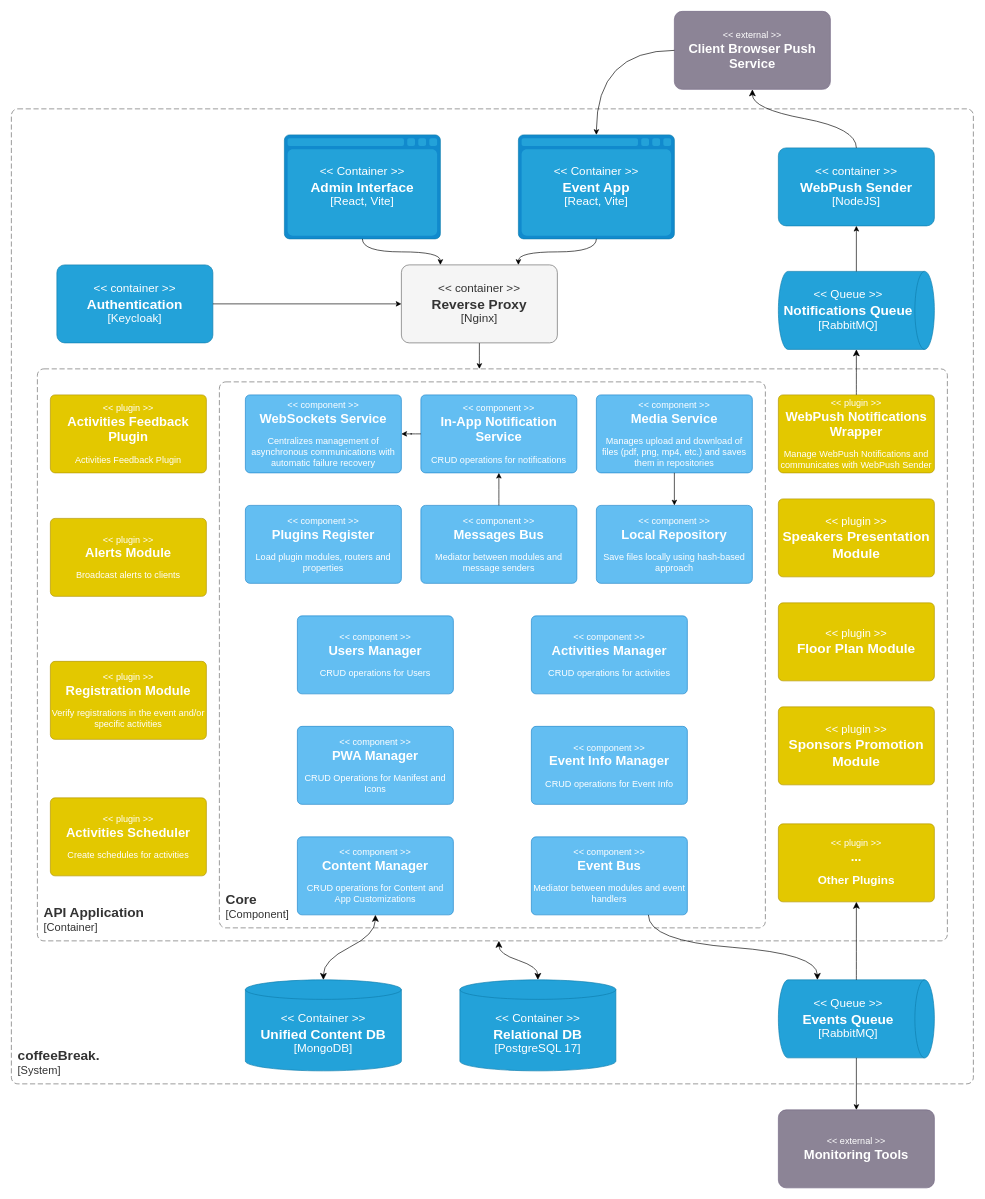
PI-coffeeBreak/diagrams keeps this draw.io diagram as page "Report diagram" (20 of 24) of coffeeBreak.drawio. Above is the earlier version. Source tidied: cells renumbered, new cells numbered last; positions are measured from the earlier drawing's top-left corner, leaving out a move shared by most shapes. Both pictures are drawn from the tidied source at 65%, with x=0, y=0 at pixel (11, 11).
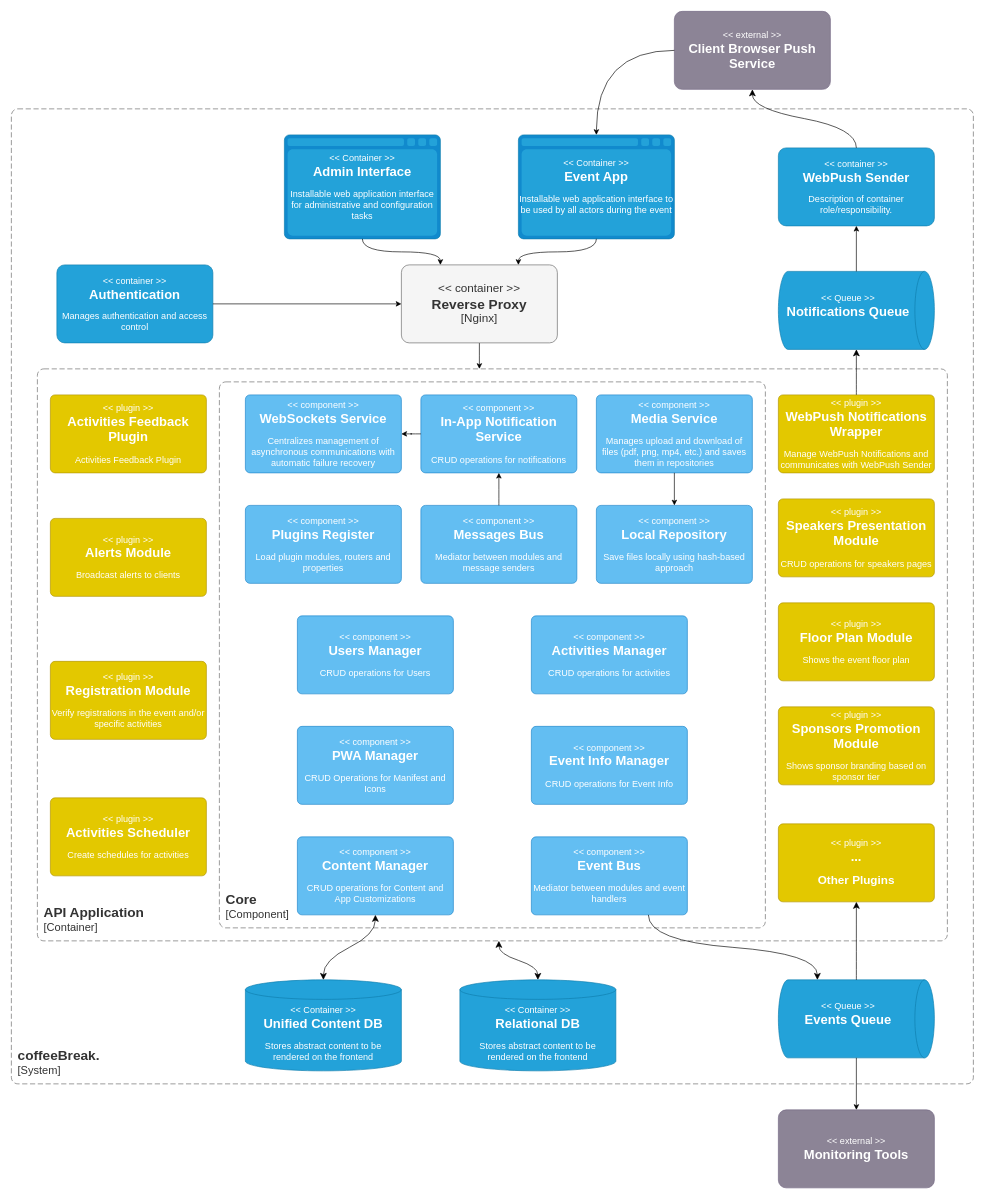
The same diagram, later.

What changed in the source:
```diff
@@
-    <object id="13" label="&lt;font style=&quot;font-size: 17px&quot;&gt;&lt;div&gt;&amp;lt;&amp;lt; %c4Type% &amp;gt;&amp;gt;&lt;/div&gt;&lt;/font&gt;&lt;font style=&quot;font-size: 21px&quot;&gt;&lt;b&gt;%c4Name%&lt;/b&gt;&lt;/font&gt;" c4Name="Speakers Presentation Module" c4Type="plugin" placeholders="1">
+    <object id="13" label="&lt;font style=&quot;font-size: 14px&quot;&gt;&lt;div&gt;&lt;&lt; %c4Type% &gt;&gt;&lt;/div&gt;&lt;/font&gt;&lt;font style=&quot;font-size: 20px&quot;&gt;&lt;/div&gt;&lt;b&gt;%c4Name%&lt;/b&gt;&lt;/font&gt;&lt;br&gt;&lt;br&gt;&lt;div&gt;&lt;font style=&quot;font-size: 14px&quot;&gt;%c4Description%&lt;/font&gt;&lt;/div&gt;" c4Description="CRUD operations for speakers pages" c4Name="Speakers Presentation Module" c4Type="plugin" placeholders="1">
       <mxCell style="rounded=1;whiteSpace=wrap;html=1;labelBackgroundColor=none;fillColor=#e3c800;fontColor=#FFFFFF;align=center;arcSize=6;strokeColor=#B09500;" parent="1" vertex="1">
         <mxGeometry x="1180" y="750" width="240" height="120" as="geometry" />
       </mxCell>
     </object>
-    <object id="14" label="&lt;font style=&quot;font-size: 17px&quot;&gt;&lt;div&gt;&amp;lt;&amp;lt; %c4Type% &amp;gt;&amp;gt;&lt;/div&gt;&lt;/font&gt;&lt;font style=&quot;font-size: 21px&quot;&gt;&lt;b&gt;%c4Name%&lt;/b&gt;&lt;/font&gt;" c4Name="Floor Plan Module" c4Type="plugin" placeholders="1">
+    <object id="14" label="&lt;font style=&quot;font-size: 14px&quot;&gt;&lt;div&gt;&lt;&lt; %c4Type% &gt;&gt;&lt;/div&gt;&lt;/font&gt;&lt;font style=&quot;font-size: 20px&quot;&gt;&lt;/div&gt;&lt;b&gt;%c4Name%&lt;/b&gt;&lt;/font&gt;&lt;br&gt;&lt;br&gt;&lt;div&gt;&lt;font style=&quot;font-size: 14px&quot;&gt;%c4Description%&lt;/font&gt;&lt;/div&gt;" c4Description="Shows the event floor plan" c4Name="Floor Plan Module" c4Type="plugin" placeholders="1">
       <mxCell style="rounded=1;whiteSpace=wrap;html=1;labelBackgroundColor=none;fillColor=#e3c800;fontColor=#FFFFFF;align=center;arcSize=6;strokeColor=#B09500;" parent="1" vertex="1">
         <mxGeometry x="1180" y="910" width="240" height="120" as="geometry" />
       </mxCell>
     </object>
@@
-    <object id="16" label="&lt;font style=&quot;font-size: 18px&quot;&gt;&lt;div&gt;&lt;&lt; %c4Type% &gt;&gt;&lt;/div&gt;&lt;/font&gt;&lt;font style=&quot;font-size: 21px&quot;&gt;&lt;/div&gt;&lt;b&gt;%c4Name%&lt;/b&gt;&lt;/font&gt;&#10;&lt;font style=&quot;font-size: 18px&quot;&gt;&lt;div&gt;[%c4Technology%]&lt;/div&gt;&lt;/font&gt;" c4Name="Notifications Queue" c4Technology="RabbitMQ" c4Type="Queue" placeholders="1">
+    <object id="16" label="&lt;font style=&quot;font-size: 14px&quot;&gt;&lt;div&gt;&lt;&lt; %c4Type% &gt;&gt;&lt;/div&gt;&lt;/font&gt;&lt;font style=&quot;font-size: 20px&quot;&gt;&lt;/div&gt;&lt;b&gt;%c4Name%&lt;/b&gt;&lt;/font&gt;&lt;br&gt;&lt;br&gt;&lt;div&gt;&lt;font style=&quot;font-size: 14px&quot;&gt;%c4Description%&lt;/font&gt;&lt;/div&gt;" c4Description="" c4Name="Notifications Queue" c4Type="Queue" placeholders="1">
       <mxCell style="shape=cylinder3;size=15;direction=south;whiteSpace=wrap;html=1;boundedLbl=1;rounded=0;labelBackgroundColor=none;fillColor=#23A2D9;fontSize=12;fontColor=#ffffff;align=center;strokeColor=#0E7DAD;points=[[0.5,0,0],[1,0.25,0],[1,0.5,0],[1,0.75,0],[0.5,1,0],[0,0.75,0],[0,0.5,0],[0,0.25,0]];" parent="1" vertex="1">
         <mxGeometry x="1180" y="400" width="240" height="120" as="geometry" />
       </mxCell>
     </object>
-    <object id="17" label="&lt;font style=&quot;font-size: 18px&quot;&gt;&lt;div&gt;&lt;&lt; %c4Type% &gt;&gt;&lt;/div&gt;&lt;/font&gt;&lt;font style=&quot;font-size: 21px&quot;&gt;&lt;/div&gt;&lt;b&gt;%c4Name%&lt;/b&gt;&lt;/font&gt;&#10;&lt;font style=&quot;font-size: 18px&quot;&gt;&lt;div&gt;[%c4Technology%]&lt;/div&gt;&lt;/font&gt;" c4Name="WebPush Sender" c4Technology="NodeJS" c4Type="container" placeholders="1">
+    <object id="17" label="&lt;font style=&quot;font-size: 14px&quot;&gt;&lt;div&gt;&lt;&lt; %c4Type% &gt;&gt;&lt;/div&gt;&lt;/font&gt;&lt;font style=&quot;font-size: 20px&quot;&gt;&lt;/div&gt;&lt;b&gt;%c4Name%&lt;/b&gt;&lt;/font&gt;&lt;br&gt;&lt;br&gt;&lt;div&gt;&lt;font style=&quot;font-size: 14px&quot;&gt;%c4Description%&lt;/font&gt;&lt;/div&gt;" c4Description="Description of container role/responsibility." c4Name="WebPush Sender" c4Type="container" placeholders="1">
       <mxCell style="rounded=1;whiteSpace=wrap;html=1;fontSize=11;labelBackgroundColor=none;fillColor=#23A2D9;fontColor=#ffffff;align=center;arcSize=10;strokeColor=#0E7DAD;points=[[0.25,0,0],[0.5,0,0],[0.75,0,0],[1,0.25,0],[1,0.5,0],[1,0.75,0],[0.75,1,0],[0.5,1,0],[0.25,1,0],[0,0.75,0],[0,0.5,0],[0,0.25,0]];" parent="1" vertex="1">
         <mxGeometry x="1180" y="210" width="240" height="120" as="geometry" />
       </mxCell>
     </object>
@@
-    <object id="22" label="&lt;font style=&quot;font-size: 17px&quot;&gt;&lt;div&gt;&amp;lt;&amp;lt; %c4Type% &amp;gt;&amp;gt;&lt;/div&gt;&lt;/font&gt;&lt;font style=&quot;font-size: 21px&quot;&gt;&lt;b&gt;%c4Name%&lt;/b&gt;&lt;/font&gt;" c4Name="Sponsors Promotion Module" c4Type="plugin" placeholders="1">
+    <object id="22" label="&lt;font style=&quot;font-size: 14px&quot;&gt;&lt;div&gt;&lt;&lt; %c4Type% &gt;&gt;&lt;/div&gt;&lt;/font&gt;&lt;font style=&quot;font-size: 20px&quot;&gt;&lt;/div&gt;&lt;b&gt;%c4Name%&lt;/b&gt;&lt;/font&gt;&lt;br&gt;&lt;br&gt;&lt;div&gt;&lt;font style=&quot;font-size: 14px&quot;&gt;%c4Description%&lt;/font&gt;&lt;/div&gt;" c4Description="Shows sponsor branding based on sponsor tier" c4Name="Sponsors Promotion Module" c4Type="plugin" placeholders="1">
       <mxCell style="rounded=1;whiteSpace=wrap;html=1;labelBackgroundColor=none;fillColor=#e3c800;fontColor=#FFFFFF;align=center;arcSize=6;strokeColor=#B09500;" parent="1" vertex="1">
         <mxGeometry x="1180" y="1070" width="240" height="120" as="geometry" />
       </mxCell>
     </object>
@@
-    <object id="25" label="&lt;font style=&quot;font-size: 18px&quot;&gt;&lt;div&gt;&lt;&lt; %c4Type% &gt;&gt;&lt;/div&gt;&lt;/font&gt;&lt;font style=&quot;font-size: 21px&quot;&gt;&lt;/div&gt;&lt;b&gt;%c4Name%&lt;/b&gt;&lt;/font&gt;&#10;&lt;font style=&quot;font-size: 18px&quot;&gt;&lt;div&gt;[%c4Technology%]&lt;/div&gt;&lt;/font&gt;" c4Name="Unified Content DB" c4Technology="MongoDB" c4Type="Container" placeholders="1">
+    <object id="25" label="&lt;font style=&quot;font-size: 14px&quot;&gt;&lt;div&gt;&lt;&lt; %c4Type% &gt;&gt;&lt;/div&gt;&lt;/font&gt;&lt;font style=&quot;font-size: 20px&quot;&gt;&lt;/div&gt;&lt;b&gt;%c4Name%&lt;/b&gt;&lt;/font&gt;&lt;br&gt;&lt;br&gt;&lt;div&gt;&lt;font style=&quot;font-size: 14px&quot;&gt;%c4Description%&lt;/font&gt;&lt;/div&gt;" c4Description="Stores abstract content to be rendered on the frontend" c4Name="Unified Content DB" c4Type="Container" placeholders="1">
       <mxCell style="shape=cylinder3;size=15;whiteSpace=wrap;html=1;boundedLbl=1;rounded=0;labelBackgroundColor=none;fillColor=#23A2D9;fontSize=12;fontColor=#ffffff;align=center;strokeColor=#0E7DAD;rotation=0;" parent="1" vertex="1">
         <mxGeometry x="360" y="1490" width="240" height="140" as="geometry" />
       </mxCell>
     </object>
@@
-    <object id="27" label="&lt;font style=&quot;font-size: 18px&quot;&gt;&lt;div&gt;&lt;&lt; %c4Type% &gt;&gt;&lt;/div&gt;&lt;/font&gt;&lt;font style=&quot;font-size: 21px&quot;&gt;&lt;/div&gt;&lt;b&gt;%c4Name%&lt;/b&gt;&lt;/font&gt;&#10;&lt;font style=&quot;font-size: 18px&quot;&gt;&lt;div&gt;[%c4Technology%]&lt;/div&gt;&lt;/font&gt;" c4Name="Authentication" c4Technology="Keycloak" c4Type="container" placeholders="1">
+    <object id="27" label="&lt;font style=&quot;font-size: 14px&quot;&gt;&lt;div&gt;&lt;&lt; %c4Type% &gt;&gt;&lt;/div&gt;&lt;/font&gt;&lt;font style=&quot;font-size: 20px&quot;&gt;&lt;/div&gt;&lt;b&gt;%c4Name%&lt;/b&gt;&lt;/font&gt;&lt;br&gt;&lt;br&gt;&lt;div&gt;&lt;font style=&quot;font-size: 14px&quot;&gt;%c4Description%&lt;/font&gt;&lt;/div&gt;" c4Description="Manages authentication and access control" c4Name="Authentication" c4Type="container" placeholders="1">
       <mxCell style="rounded=1;whiteSpace=wrap;html=1;fontSize=11;labelBackgroundColor=none;fillColor=#23A2D9;fontColor=#ffffff;align=center;arcSize=10;strokeColor=#0E7DAD;points=[[0.25,0,0],[0.5,0,0],[0.75,0,0],[1,0.25,0],[1,0.5,0],[1,0.75,0],[0.75,1,0],[0.5,1,0],[0.25,1,0],[0,0.75,0],[0,0.5,0],[0,0.25,0]];" parent="1" vertex="1">
         <mxGeometry x="70" y="390" width="240" height="120" as="geometry" />
       </mxCell>
     </object>
-    <object id="28" label="&lt;font style=&quot;font-size: 18px&quot;&gt;&lt;div&gt;&lt;&lt; %c4Type% &gt;&gt;&lt;/div&gt;&lt;/font&gt;&lt;font style=&quot;font-size: 21px&quot;&gt;&lt;/div&gt;&lt;b&gt;%c4Name%&lt;/b&gt;&lt;/font&gt;&#10;&lt;font style=&quot;font-size: 18px&quot;&gt;&lt;div&gt;[%c4Technology%]&lt;/div&gt;&lt;/font&gt;" c4Name="Relational DB" c4Technology="PostgreSQL 17" c4Type="Container" placeholders="1">
+    <object id="28" label="&lt;font style=&quot;font-size: 14px&quot;&gt;&lt;div&gt;&lt;&lt; %c4Type% &gt;&gt;&lt;/div&gt;&lt;/font&gt;&lt;font style=&quot;font-size: 20px&quot;&gt;&lt;/div&gt;&lt;b&gt;%c4Name%&lt;/b&gt;&lt;/font&gt;&lt;br&gt;&lt;br&gt;&lt;div&gt;&lt;font style=&quot;font-size: 14px&quot;&gt;%c4Description%&lt;/font&gt;&lt;/div&gt;" c4Description="Stores abstract content to be rendered on the frontend" c4Name="Relational DB" c4Type="Container" placeholders="1">
       <mxCell style="shape=cylinder3;size=15;whiteSpace=wrap;html=1;boundedLbl=1;rounded=0;labelBackgroundColor=none;fillColor=#23A2D9;fontSize=12;fontColor=#ffffff;align=center;strokeColor=#0E7DAD;rotation=0;" parent="1" vertex="1">
         <mxGeometry x="690" y="1490" width="240" height="140" as="geometry" />
       </mxCell>
     </object>
-    <object id="29" label="&lt;font style=&quot;font-size: 18px&quot;&gt;&lt;div&gt;&lt;&lt; %c4Type% &gt;&gt;&lt;/div&gt;&lt;/font&gt;&lt;font style=&quot;font-size: 21px&quot;&gt;&lt;/div&gt;&lt;b&gt;%c4Name%&lt;/b&gt;&lt;/font&gt;&#10;&lt;font style=&quot;font-size: 18px&quot;&gt;&lt;div&gt;[%c4Technology%]&lt;/div&gt;&lt;/font&gt;" c4Name="Event App" c4Technology="React, Vite" c4Type="Container" placeholders="1">
+    <object id="29" label="&lt;font style=&quot;font-size: 14px&quot;&gt;&lt;div&gt;&lt;&lt; %c4Type% &gt;&gt;&lt;/div&gt;&lt;/font&gt;&lt;font style=&quot;font-size: 20px&quot;&gt;&lt;/div&gt;&lt;b&gt;%c4Name%&lt;/b&gt;&lt;/font&gt;&lt;br&gt;&lt;br&gt;&lt;div&gt;&lt;font style=&quot;font-size: 14px&quot;&gt;%c4Description%&lt;/font&gt;&lt;/div&gt;" c4Description="Installable web application interface to be used by all actors during the event" c4Name="Event App" c4Type="Container" placeholders="1">
       <mxCell style="shape=mxgraph.c4.webBrowserContainer2;whiteSpace=wrap;html=1;boundedLbl=1;rounded=0;labelBackgroundColor=none;strokeColor=#118ACD;fillColor=#23A2D9;strokeColor=#118ACD;strokeColor2=#0E7DAD;fontSize=12;fontColor=#ffffff;align=center;points=[[0.5,0,0],[1,0.25,0],[1,0.5,0],[1,0.75,0],[0.5,1,0],[0,0.75,0],[0,0.5,0],[0,0.25,0]];" parent="1" vertex="1">
         <mxGeometry x="780" y="190" width="240" height="160" as="geometry" />
       </mxCell>
     </object>
@@
-    <object id="31" label="&lt;font style=&quot;font-size: 18px&quot;&gt;&lt;div&gt;&lt;&lt; %c4Type% &gt;&gt;&lt;/div&gt;&lt;/font&gt;&lt;font style=&quot;font-size: 21px&quot;&gt;&lt;/div&gt;&lt;b&gt;%c4Name%&lt;/b&gt;&lt;/font&gt;&#10;&lt;font style=&quot;font-size: 18px&quot;&gt;&lt;div&gt;[%c4Technology%]&lt;/div&gt;&lt;/font&gt;" c4Name="Events Queue" c4Technology="RabbitMQ" c4Type="Queue" placeholders="1">
+    <object id="31" label="&lt;font style=&quot;font-size: 14px&quot;&gt;&lt;div&gt;&lt;&lt; %c4Type% &gt;&gt;&lt;/div&gt;&lt;/font&gt;&lt;font style=&quot;font-size: 20px&quot;&gt;&lt;/div&gt;&lt;b&gt;%c4Name%&lt;/b&gt;&lt;/font&gt;&lt;br&gt;&lt;br&gt;&lt;div&gt;&lt;font style=&quot;font-size: 14px&quot;&gt;%c4Description%&lt;/font&gt;&lt;/div&gt;" c4Description="" c4Name="Events Queue" c4Type="Queue" placeholders="1">
       <mxCell style="shape=cylinder3;size=15;direction=south;whiteSpace=wrap;html=1;boundedLbl=1;rounded=0;labelBackgroundColor=none;fillColor=#23A2D9;fontSize=12;fontColor=#ffffff;align=center;strokeColor=#0E7DAD;points=[[0.5,0,0],[1,0.25,0],[1,0.5,0],[1,0.75,0],[0.5,1,0],[0,0.75,0],[0,0.5,0],[0,0.25,0]];" parent="1" vertex="1">
         <mxGeometry x="1180" y="1490" width="240" height="120" as="geometry" />
       </mxCell>
     </object>
@@
-    <object id="36" label="&lt;font style=&quot;font-size: 18px&quot;&gt;&lt;div&gt;&lt;&lt; %c4Type% &gt;&gt;&lt;/div&gt;&lt;/font&gt;&lt;font style=&quot;font-size: 21px&quot;&gt;&lt;/div&gt;&lt;b&gt;%c4Name%&lt;/b&gt;&lt;/font&gt;&#10;&lt;font style=&quot;font-size: 18px&quot;&gt;&lt;div&gt;[%c4Technology%]&lt;/div&gt;&lt;/font&gt;" c4Name="Admin Interface" c4Technology="React, Vite" c4Type="Container" placeholders="1">
+    <object id="36" label="&lt;font style=&quot;font-size: 14px&quot;&gt;&lt;div&gt;&lt;&lt; %c4Type% &gt;&gt;&lt;/div&gt;&lt;/font&gt;&lt;font style=&quot;font-size: 20px&quot;&gt;&lt;/div&gt;&lt;b&gt;%c4Name%&lt;/b&gt;&lt;/font&gt;&lt;br&gt;&lt;br&gt;&lt;div&gt;&lt;font style=&quot;font-size: 14px&quot;&gt;%c4Description%&lt;/font&gt;&lt;/div&gt;" c4Description="Installable web application interface for administrative and configuration tasks" c4Name="Admin Interface" c4Type="Container" placeholders="1">
       <mxCell style="shape=mxgraph.c4.webBrowserContainer2;whiteSpace=wrap;html=1;boundedLbl=1;rounded=0;labelBackgroundColor=none;strokeColor=#118ACD;fillColor=#23A2D9;strokeColor=#118ACD;strokeColor2=#0E7DAD;fontSize=12;fontColor=#ffffff;align=center;points=[[0.5,0,0],[1,0.25,0],[1,0.5,0],[1,0.75,0],[0.5,1,0],[0,0.75,0],[0,0.5,0],[0,0.25,0]];" parent="1" vertex="1">
         <mxGeometry x="420" y="190" width="240" height="160" as="geometry" />
       </mxCell>
     </object>
```
